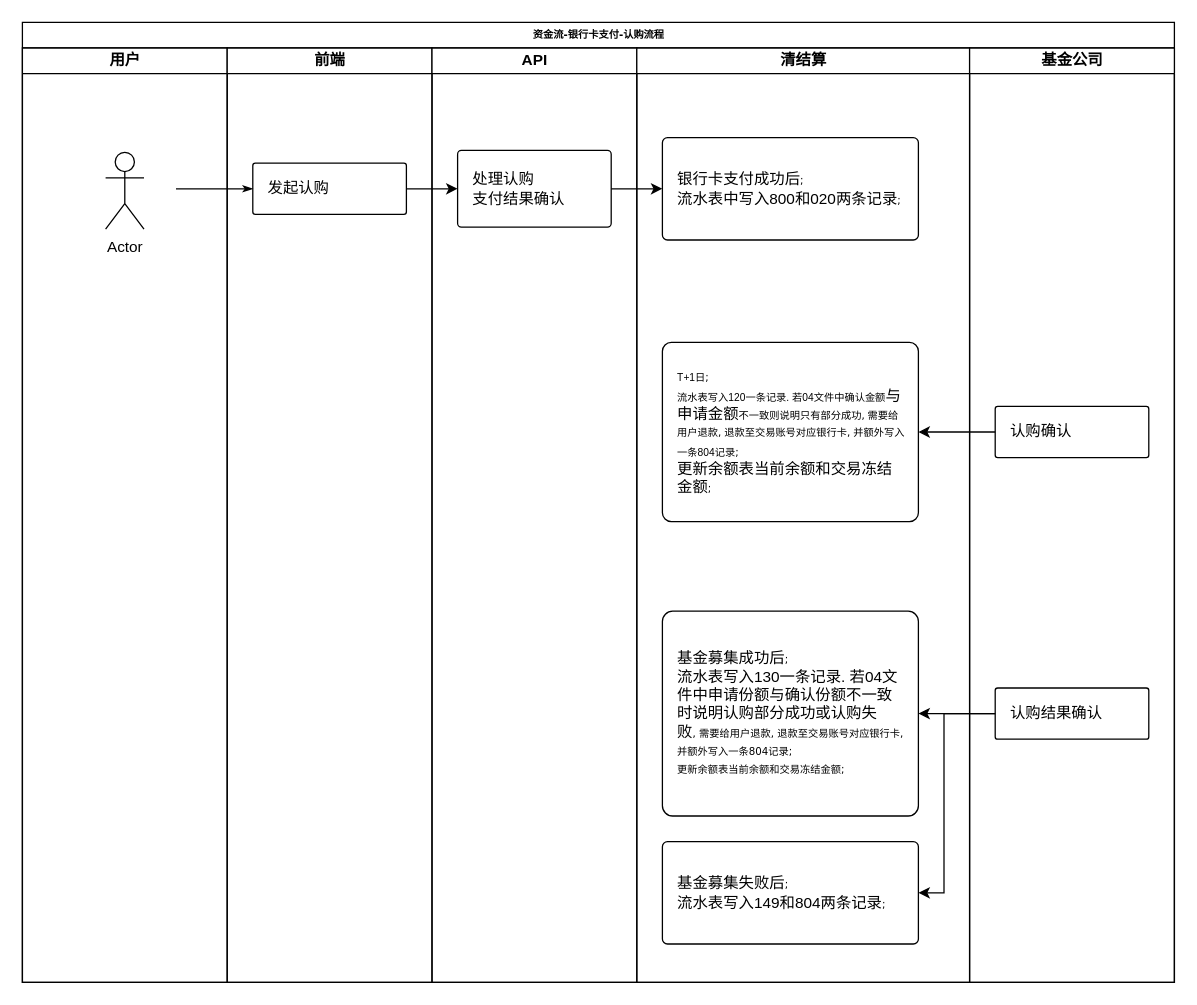
Above: page "认购-银行卡支付" (1 of 7) of 2.drawio in xieyx/flow (draw.io), before the change. Source tidied: cells renumbered, new cells numbered last; positions are measured from the earlier drawing's top-left corner, leaving out a move shared by most shapes. Both pictures are drawn from the tidied source at 128%, with x=0, y=0 at pixel (22, 22).
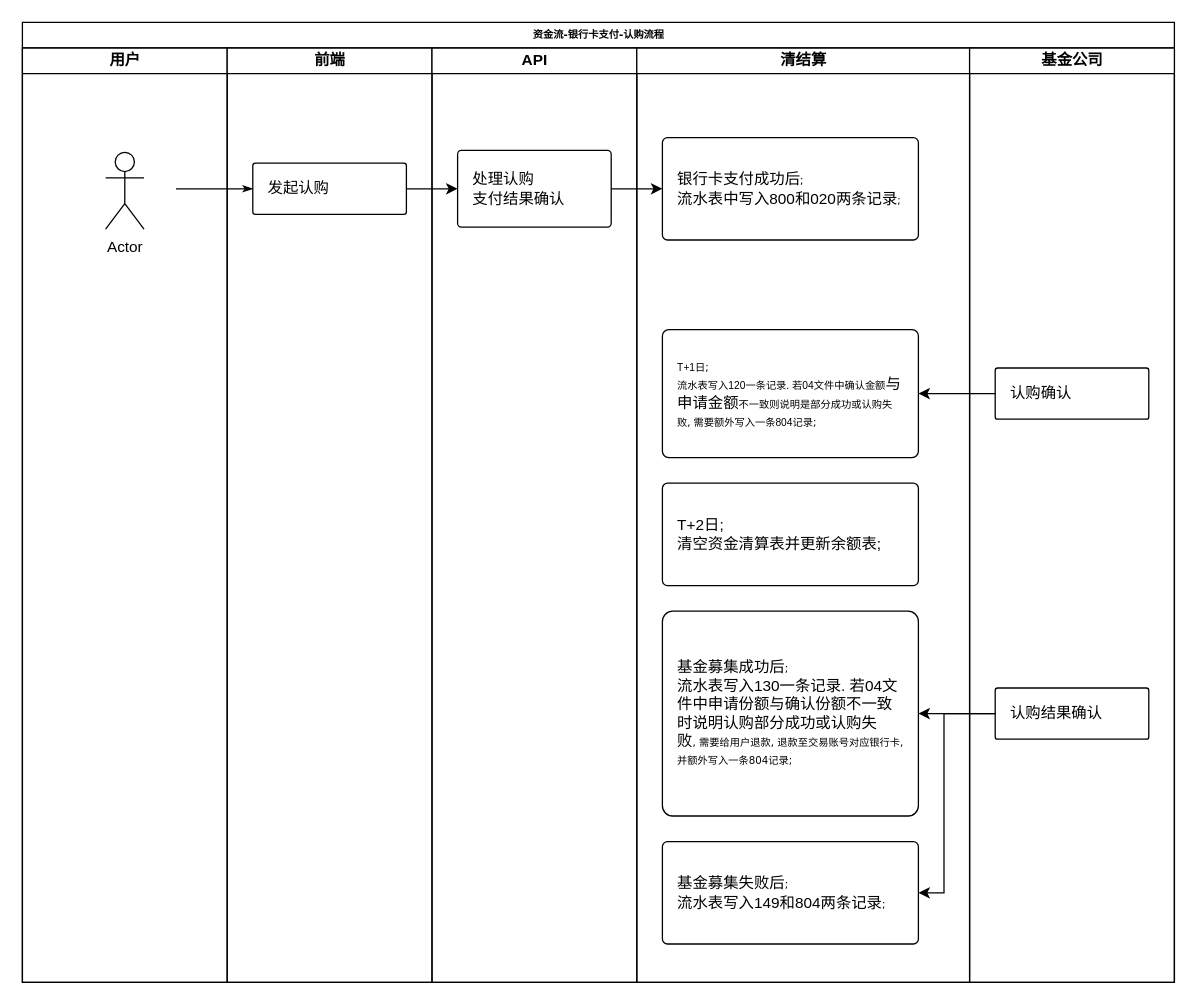
After the change.

The change refers to these unchanged cells:
```xml
<mxCell id="2" value="资金流-银行卡支付-认购流程" style="swimlane;html=1;startSize=20;rounded=0;shadow=0;labelBackgroundColor=none;strokeWidth=1;fontFamily=Verdana;fontSize=8;align=center;" parent="1" vertex="1">
  <mxGeometry width="900" height="750" as="geometry" />
</mxCell>
<mxCell id="11" value="清结算" style="swimlane;html=1;startSize=20;" parent="2" vertex="1">
  <mxGeometry x="480" y="20" width="260" height="730" as="geometry" />
</mxCell>
<mxCell id="16" value="基金公司" style="swimlane;html=1;startSize=20;" parent="2" vertex="1">
  <mxGeometry x="740" y="20" width="160" height="730" as="geometry" />
</mxCell>
```

Change to the diagram source:
```diff
@@
-    <mxCell id="13" value="&lt;span style=&quot;font-size: 8px&quot;&gt;T+1日&lt;/span&gt;&lt;span style=&quot;font-family: &amp;#34;verdana&amp;#34; ; font-size: 8px&quot;&gt;;&lt;/span&gt;&lt;span style=&quot;font-size: 8px&quot;&gt;&lt;br&gt;流水表写入120一条记录. 若04文件中确认金额&lt;/span&gt;&lt;span&gt;与申请金额&lt;span style=&quot;font-size: 8px&quot;&gt;不一致则说明只有部分成功&lt;/span&gt;&lt;/span&gt;&lt;span style=&quot;font-family: &amp;#34;verdana&amp;#34; ; font-size: 8px&quot;&gt;,&lt;/span&gt;&lt;span&gt;&lt;span style=&quot;font-size: 8px&quot;&gt;&amp;nbsp;需要给用户退款&lt;/span&gt;&lt;/span&gt;&lt;span style=&quot;font-family: &amp;#34;verdana&amp;#34; ; font-size: 8px&quot;&gt;,&lt;/span&gt;&lt;span&gt;&lt;span style=&quot;font-size: 8px&quot;&gt;&amp;nbsp;退款至交易账号对应银行卡&lt;/span&gt;&lt;/span&gt;&lt;span style=&quot;font-family: &amp;#34;verdana&amp;#34; ; font-size: 8px&quot;&gt;,&lt;/span&gt;&lt;span&gt;&lt;span style=&quot;font-size: 8px&quot;&gt;&amp;nbsp;并额外写入一条804记录&lt;/span&gt;&lt;/span&gt;&lt;span style=&quot;font-family: &amp;#34;verdana&amp;#34; ; font-size: 8px&quot;&gt;;&lt;/span&gt;&lt;span&gt;&lt;span style=&quot;font-size: 8px&quot;&gt;&lt;br&gt;&lt;/span&gt;&lt;/span&gt;更新余额表当前余额和交易冻结金额&lt;span style=&quot;font-family: &amp;#34;verdana&amp;#34; ; font-size: 8px&quot;&gt;;&lt;/span&gt;&lt;span&gt;&lt;br&gt;&lt;/span&gt;" style="rounded=1;whiteSpace=wrap;html=1;align=left;spacingLeft=2;spacingRight=2;spacing=10;arcSize=5;" parent="11" vertex="1">
-      <mxGeometry x="20" y="230" width="200" height="140" as="geometry" />
+    <mxCell id="13" value="&lt;span style=&quot;font-size: 8px&quot;&gt;T+1日&lt;/span&gt;&lt;span style=&quot;font-family: &amp;#34;verdana&amp;#34; ; font-size: 8px&quot;&gt;;&lt;/span&gt;&lt;span style=&quot;font-size: 8px&quot;&gt;&lt;br&gt;流水表写入120一条记录. 若04文件中确认金额&lt;/span&gt;&lt;span&gt;与申请金额&lt;span style=&quot;font-size: 8px&quot;&gt;不一致则说明是部分成功或认购失败&lt;/span&gt;&lt;/span&gt;&lt;span style=&quot;font-family: &amp;#34;verdana&amp;#34; ; font-size: 8px&quot;&gt;,&lt;/span&gt;&lt;span&gt;&lt;span style=&quot;font-size: 8px&quot;&gt;&amp;nbsp;需要&lt;/span&gt;&lt;/span&gt;&lt;span&gt;&lt;span style=&quot;font-size: 8px&quot;&gt;额外写入一条804记录&lt;/span&gt;&lt;/span&gt;&lt;span style=&quot;font-family: &amp;#34;verdana&amp;#34; ; font-size: 8px&quot;&gt;;&lt;/span&gt;&lt;span&gt;&lt;br&gt;&lt;/span&gt;" style="rounded=1;whiteSpace=wrap;html=1;align=left;spacingLeft=2;spacingRight=2;spacing=10;arcSize=5;" parent="11" vertex="1">
+      <mxGeometry x="20" y="220" width="200" height="100" as="geometry" />
     </mxCell>
-    <mxCell id="14" value="基金募集成功后&lt;span style=&quot;font-family: &amp;#34;verdana&amp;#34; ; font-size: 8px&quot;&gt;;&lt;/span&gt;&lt;br&gt;流水表写入130一条记录. 若04文件中申请份额与确认份额不一致时说明认购部分成功或认购失败&lt;span style=&quot;font-family: &amp;#34;verdana&amp;#34; ; font-size: 8px&quot;&gt;,&amp;nbsp;&lt;/span&gt;&lt;span style=&quot;font-family: &amp;#34;verdana&amp;#34; ; font-size: 8px&quot;&gt;需要给用户退款, 退款至交易账号对应银行卡, 并额外写入一条804记录&lt;/span&gt;&lt;span style=&quot;font-family: &amp;#34;verdana&amp;#34; ; font-size: 8px&quot;&gt;;&lt;/span&gt;&lt;br&gt;&lt;span style=&quot;font-family: &amp;#34;verdana&amp;#34; ; font-size: 8px&quot;&gt;更新余额表当前余额和交易冻结金额;&lt;/span&gt;" style="rounded=1;whiteSpace=wrap;html=1;align=left;spacingLeft=2;spacingRight=2;spacing=10;arcSize=5;" parent="11" vertex="1">
+    <mxCell id="14" value="基金募集成功后&lt;span style=&quot;font-family: &amp;#34;verdana&amp;#34; ; font-size: 8px&quot;&gt;;&lt;/span&gt;&lt;br&gt;流水表写入130一条记录. 若04文件中申请份额与确认份额不一致时说明认购部分成功或认购失败&lt;span style=&quot;font-family: &amp;#34;verdana&amp;#34; ; font-size: 8px&quot;&gt;,&amp;nbsp;&lt;/span&gt;&lt;span style=&quot;font-family: &amp;#34;verdana&amp;#34; ; font-size: 8px&quot;&gt;需要给用户退款, 退款至交易账号对应银行卡, 并额外写入一条804记录&lt;/span&gt;&lt;span style=&quot;font-family: &amp;#34;verdana&amp;#34; ; font-size: 8px&quot;&gt;;&lt;/span&gt;" style="rounded=1;whiteSpace=wrap;html=1;align=left;spacingLeft=2;spacingRight=2;spacing=10;arcSize=5;" parent="11" vertex="1">
       <mxGeometry x="20" y="440" width="200" height="160" as="geometry" />
     </mxCell>
@@
+    <mxCell id="24" value="T+2日;&lt;br&gt;清空资金清算表并更新余额表;" style="rounded=1;whiteSpace=wrap;html=1;align=left;spacingLeft=2;spacingRight=2;spacing=10;arcSize=5;" parent="11" vertex="1">
+      <mxGeometry x="20" y="340" width="200" height="80" as="geometry" />
+    </mxCell>
@@
     <mxCell id="17" value="认购确认" style="rounded=1;whiteSpace=wrap;html=1;align=left;spacingLeft=2;spacingRight=2;spacing=10;arcSize=5;" parent="16" vertex="1">
-      <mxGeometry x="20" y="280" width="120" height="40" as="geometry" />
+      <mxGeometry x="20" y="250" width="120" height="40" as="geometry" />
     </mxCell>
@@
     <mxCell id="20" style="edgeStyle=orthogonalEdgeStyle;rounded=0;jettySize=auto;html=1;entryX=1;entryY=0.5;entryDx=0;entryDy=0;exitX=0;exitY=0.5;exitDx=0;exitDy=0;" parent="2" edge="1" source="17" target="13">
       <mxGeometry relative="1" as="geometry">
         <Array as="points">
-          <mxPoint x="750" y="320" />
-          <mxPoint x="750" y="320" />
+          <mxPoint x="760" y="290" />
+          <mxPoint x="760" y="290" />
         </Array>
       </mxGeometry>
     </mxCell>
```
